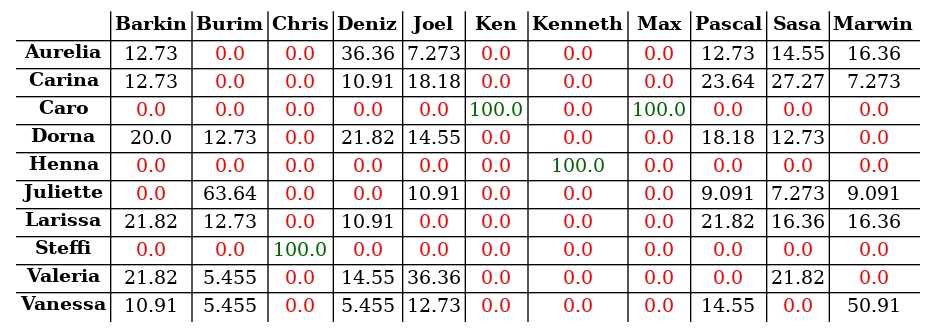
The Graphviz diagram s04/s04_tab.png in atticus-sullivan/sim-ayto, before a commit. Its source is kept beside it as s04/s04_tab.dot.
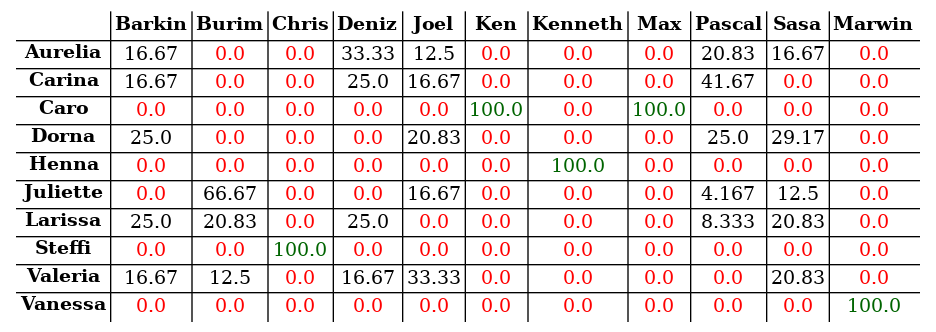
The same file after the commit.

Change to the diagram source:
```diff
@@ -15,30 +15,30 @@
 <td><B>Marwin</B></td>
 </tr>
 <tr><td><B>Aurelia</B></td>
-<td><font color="black">12.73</font></td>
+<td><font color="black">16.67</font></td>
 <td><font color="red">0.0</font></td>
 <td><font color="red">0.0</font></td>
-<td><font color="black">36.36</font></td>
-<td><font color="black">7.273</font></td>
+<td><font color="black">33.33</font></td>
+<td><font color="black">12.5</font></td>
 <td><font color="red">0.0</font></td>
 <td><font color="red">0.0</font></td>
 <td><font color="red">0.0</font></td>
-<td><font color="black">12.73</font></td>
-<td><font color="black">14.55</font></td>
-<td><font color="black">16.36</font></td>
+<td><font color="black">20.83</font></td>
+<td><font color="black">16.67</font></td>
+<td><font color="red">0.0</font></td>
 </tr>
 <tr><td><B>Carina</B></td>
-<td><font color="black">12.73</font></td>
+<td><font color="black">16.67</font></td>
 <td><font color="red">0.0</font></td>
 <td><font color="red">0.0</font></td>
-<td><font color="black">10.91</font></td>
-<td><font color="black">18.18</font></td>
+<td><font color="black">25.0</font></td>
+<td><font color="black">16.67</font></td>
 <td><font color="red">0.0</font></td>
 <td><font color="red">0.0</font></td>
 <td><font color="red">0.0</font></td>
-<td><font color="black">23.64</font></td>
-<td><font color="black">27.27</font></td>
-<td><font color="black">7.273</font></td>
+<td><font color="black">41.67</font></td>
+<td><font color="red">0.0</font></td>
+<td><font color="red">0.0</font></td>
 </tr>
 <tr><td><B>Caro</B></td>
 <td><font color="red">0.0</font></td>
@@ -54,16 +54,16 @@
 <td><font color="red">0.0</font></td>
 </tr>
 <tr><td><B>Dorna</B></td>
-<td><font color="black">20.0</font></td>
-<td><font color="black">12.73</font></td>
-<td><font color="red">0.0</font></td>
-<td><font color="black">21.82</font></td>
-<td><font color="black">14.55</font></td>
+<td><font color="black">25.0</font></td>
 <td><font color="red">0.0</font></td>
 <td><font color="red">0.0</font></td>
 <td><font color="red">0.0</font></td>
-<td><font color="black">18.18</font></td>
-<td><font color="black">12.73</font></td>
+<td><font color="black">20.83</font></td>
+<td><font color="red">0.0</font></td>
+<td><font color="red">0.0</font></td>
+<td><font color="red">0.0</font></td>
+<td><font color="black">25.0</font></td>
+<td><font color="black">29.17</font></td>
 <td><font color="red">0.0</font></td>
 </tr>
 <tr><td><B>Henna</B></td>
@@ -81,29 +81,29 @@
 </tr>
 <tr><td><B>Juliette</B></td>
 <td><font color="red">0.0</font></td>
-<td><font color="black">63.64</font></td>
+<td><font color="black">66.67</font></td>
 <td><font color="red">0.0</font></td>
 <td><font color="red">0.0</font></td>
-<td><font color="black">10.91</font></td>
+<td><font color="black">16.67</font></td>
 <td><font color="red">0.0</font></td>
 <td><font color="red">0.0</font></td>
 <td><font color="red">0.0</font></td>
-<td><font color="black">9.091</font></td>
-<td><font color="black">7.273</font></td>
-<td><font color="black">9.091</font></td>
+<td><font color="black">4.167</font></td>
+<td><font color="black">12.5</font></td>
+<td><font color="red">0.0</font></td>
 </tr>
 <tr><td><B>Larissa</B></td>
-<td><font color="black">21.82</font></td>
-<td><font color="black">12.73</font></td>
+<td><font color="black">25.0</font></td>
+<td><font color="black">20.83</font></td>
 <td><font color="red">0.0</font></td>
-<td><font color="black">10.91</font></td>
+<td><font color="black">25.0</font></td>
 <td><font color="red">0.0</font></td>
 <td><font color="red">0.0</font></td>
 <td><font color="red">0.0</font></td>
 <td><font color="red">0.0</font></td>
-<td><font color="black">21.82</font></td>
-<td><font color="black">16.36</font></td>
-<td><font color="black">16.36</font></td>
+<td><font color="black">8.333</font></td>
+<td><font color="black">20.83</font></td>
+<td><font color="red">0.0</font></td>
 </tr>
 <tr><td><B>Steffi</B></td>
 <td><font color="red">0.0</font></td>
@@ -119,30 +119,30 @@
 <td><font color="red">0.0</font></td>
 </tr>
 <tr><td><B>Valeria</B></td>
-<td><font color="black">21.82</font></td>
-<td><font color="black">5.455</font></td>
+<td><font color="black">16.67</font></td>
+<td><font color="black">12.5</font></td>
 <td><font color="red">0.0</font></td>
-<td><font color="black">14.55</font></td>
-<td><font color="black">36.36</font></td>
+<td><font color="black">16.67</font></td>
+<td><font color="black">33.33</font></td>
 <td><font color="red">0.0</font></td>
 <td><font color="red">0.0</font></td>
 <td><font color="red">0.0</font></td>
 <td><font color="red">0.0</font></td>
-<td><font color="black">21.82</font></td>
+<td><font color="black">20.83</font></td>
 <td><font color="red">0.0</font></td>
 </tr>
 <tr><td><B>Vanessa</B></td>
-<td><font color="black">10.91</font></td>
-<td><font color="black">5.455</font></td>
-<td><font color="red">0.0</font></td>
-<td><font color="black">5.455</font></td>
-<td><font color="black">12.73</font></td>
 <td><font color="red">0.0</font></td>
 <td><font color="red">0.0</font></td>
 <td><font color="red">0.0</font></td>
-<td><font color="black">14.55</font></td>
 <td><font color="red">0.0</font></td>
-<td><font color="black">50.91</font></td>
+<td><font color="red">0.0</font></td>
+<td><font color="red">0.0</font></td>
+<td><font color="red">0.0</font></td>
+<td><font color="red">0.0</font></td>
+<td><font color="red">0.0</font></td>
+<td><font color="red">0.0</font></td>
+<td><font color="darkgreen">100.0</font></td>
 </tr>
 </table>
 >];}
```
